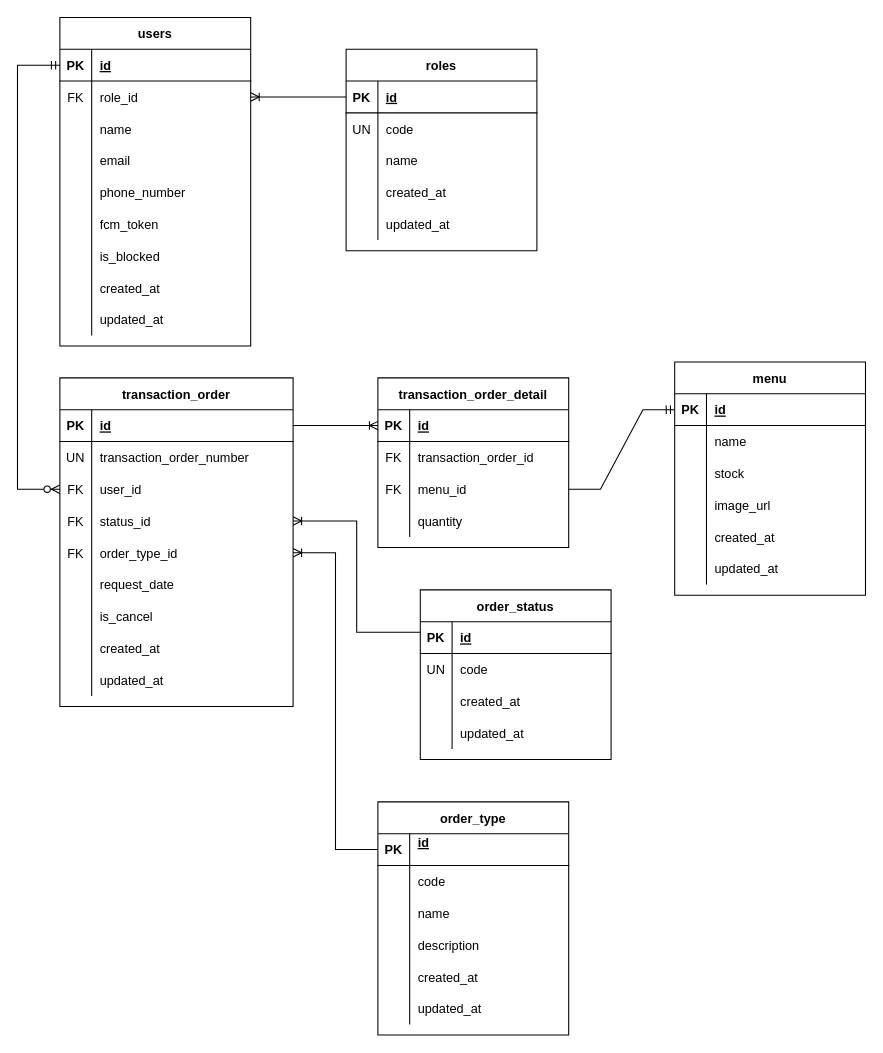
Above: page "LLD Database" (1 of 2) of ERD.drawio in glovenkevin/order-app-service (draw.io), before the change. Source tidied: cells renumbered, new cells numbered last; positions are measured from the earlier drawing's top-left corner, leaving out a move shared by most shapes. Both pictures are drawn from the tidied source at 106%, with x=0, y=0 at pixel (17, 17).
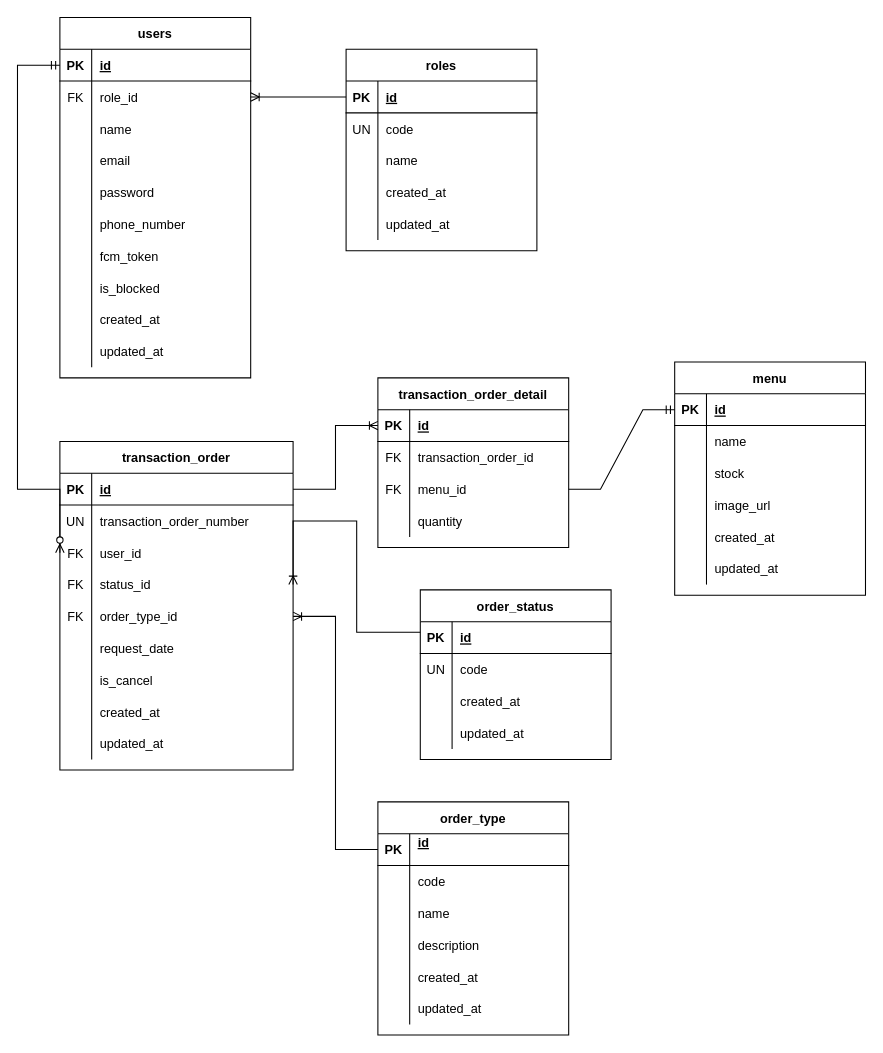
Above is the later version.

Commit message:
chore(database): add password column

Diff of the diagram source:
```diff
@@
     <mxCell id="2" value="users" style="shape=table;startSize=30;childLayout=tableLayout;rowLines=0;fontStyle=1;align=center;" parent="1" vertex="1">
-      <mxGeometry x="40" width="180" height="310" as="geometry" />
+      <mxGeometry x="40" width="180" height="340" as="geometry" />
     </mxCell>
@@
+    <mxCell id="144" style="shape=tableRow;horizontal=0;startSize=0;swimlaneHead=0;swimlaneBody=0;fillColor=none;top=0;left=0;right=0;bottom=0;" parent="2" vertex="1">
+      <mxGeometry y="150" width="180" height="30" as="geometry" />
+    </mxCell>
+    <mxCell id="145" style="shape=partialRectangle;fillColor=none;top=0;left=0;bottom=0;right=0;overflow=hidden;" parent="144" vertex="1">
+      <mxGeometry width="30" height="30" as="geometry" />
+    </mxCell>
+    <mxCell id="146" value="password" style="shape=partialRectangle;fillColor=none;top=0;left=0;bottom=0;right=0;align=left;spacingLeft=6;overflow=hidden;" parent="144" vertex="1">
+      <mxGeometry x="30" width="150" height="30" as="geometry" />
+    </mxCell>
     <mxCell id="15" style="shape=tableRow;horizontal=0;startSize=0;swimlaneHead=0;swimlaneBody=0;fillColor=none;top=0;left=0;right=0;bottom=0;" parent="2" vertex="1">
-      <mxGeometry y="150" width="180" height="30" as="geometry" />
+      <mxGeometry y="180" width="180" height="30" as="geometry" />
     </mxCell>
@@
     <mxCell id="18" style="shape=tableRow;horizontal=0;startSize=0;swimlaneHead=0;swimlaneBody=0;fillColor=none;top=0;left=0;right=0;bottom=0;" parent="2" vertex="1">
-      <mxGeometry y="180" width="180" height="30" as="geometry" />
+      <mxGeometry y="210" width="180" height="30" as="geometry" />
     </mxCell>
@@
     <mxCell id="21" style="shape=tableRow;horizontal=0;startSize=0;swimlaneHead=0;swimlaneBody=0;fillColor=none;top=0;left=0;right=0;bottom=0;" parent="2" vertex="1">
-      <mxGeometry y="210" width="180" height="30" as="geometry" />
+      <mxGeometry y="240" width="180" height="30" as="geometry" />
     </mxCell>
@@
     <mxCell id="24" style="shape=tableRow;horizontal=0;startSize=0;swimlaneHead=0;swimlaneBody=0;fillColor=none;top=0;left=0;right=0;bottom=0;" parent="2" vertex="1">
-      <mxGeometry y="240" width="180" height="30" as="geometry" />
+      <mxGeometry y="270" width="180" height="30" as="geometry" />
     </mxCell>
@@
     <mxCell id="27" style="shape=tableRow;horizontal=0;startSize=0;swimlaneHead=0;swimlaneBody=0;fillColor=none;top=0;left=0;right=0;bottom=0;" parent="2" vertex="1">
-      <mxGeometry y="270" width="180" height="30" as="geometry" />
+      <mxGeometry y="300" width="180" height="30" as="geometry" />
     </mxCell>
@@
     <mxCell id="47" value="transaction_order" style="shape=table;startSize=30;childLayout=tableLayout;rowLines=0;fontStyle=1;align=center;" parent="1" vertex="1">
-      <mxGeometry x="40" y="340" width="220" height="310" as="geometry" />
+      <mxGeometry x="40" y="400" width="220" height="310" as="geometry" />
     </mxCell>
```
